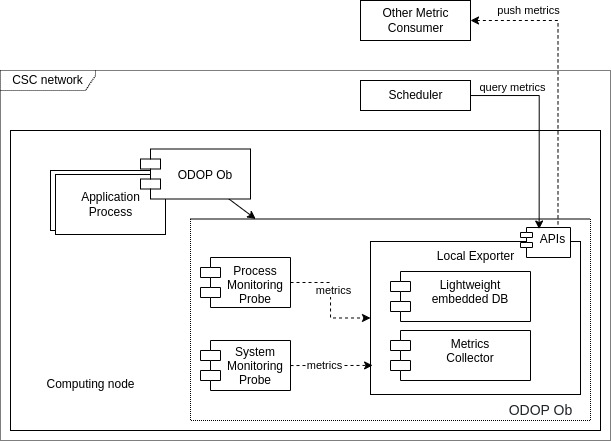
Earlier version of the draw.io export img/monitoring.png (rdsea/odop). Source tidied: cells renumbered, new cells last; positions are measured from the earlier drawing's top-left corner, leaving out a move shared by most shapes.
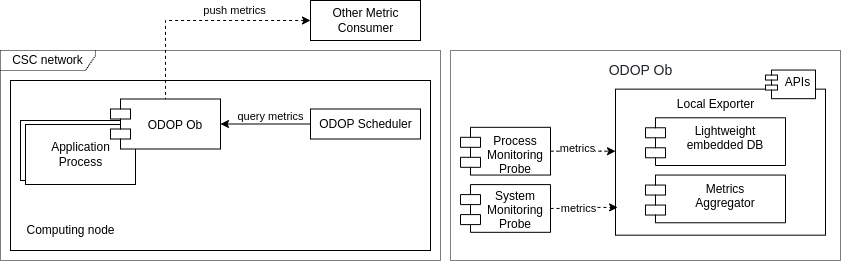
Above is the later version.

Commit message:
update monitoring figure

What changed in the source:
```diff
@@ -3,54 +3,38 @@
     <mxCell id="0" />
     <mxCell id="1" parent="0" />
     <mxCell id="2" value="CSC network" style="shape=umlFrame;whiteSpace=wrap;html=1;width=95;height=20;dashed=1;dashPattern=1 1;" parent="1" vertex="1">
-      <mxGeometry y="70" width="610" height="370" as="geometry" />
+      <mxGeometry x="50" y="110" width="440" height="210" as="geometry" />
     </mxCell>
     <mxCell id="3" style="rounded=0;whiteSpace=wrap;html=1;" parent="1" vertex="1">
-      <mxGeometry x="10" y="130" width="590" height="300" as="geometry" />
+      <mxGeometry x="60" y="140" width="420" height="170" as="geometry" />
     </mxCell>
-    <mxCell id="4" style="rounded=0;whiteSpace=wrap;html=1;dashed=1;dashPattern=1 1;fillColor=none;" parent="1" vertex="1">
-      <mxGeometry x="190" y="218.5" width="400" height="201.5" as="geometry" />
-    </mxCell>
-    <mxCell id="5" value="&lt;span style=&quot;color: rgb(31 , 35 , 40) ; font-family: , &amp;#34;system-ui&amp;#34; , &amp;#34;segoe ui&amp;#34; , &amp;#34;noto sans&amp;#34; , &amp;#34;helvetica&amp;#34; , &amp;#34;arial&amp;#34; , sans-serif , &amp;#34;apple color emoji&amp;#34; , &amp;#34;segoe ui emoji&amp;#34; ; font-size: 14px ; text-align: left ; background-color: rgb(255 , 255 , 255)&quot;&gt;ODOP Ob&lt;/span&gt;" style="text;html=1;align=center;verticalAlign=middle;strokeColor=none;fillColor=none;" parent="1" vertex="1">
-      <mxGeometry x="500" y="400" width="80" height="20" as="geometry" />
-    </mxCell>
     <mxCell id="6" value="&lt;span&gt;Computing node&lt;/span&gt;" style="text;html=1;align=center;verticalAlign=middle;strokeColor=none;fillColor=none;" parent="1" vertex="1">
-      <mxGeometry x="40" y="374" width="100" height="20" as="geometry" />
+      <mxGeometry x="70" y="280" width="100" height="20" as="geometry" />
     </mxCell>
-    <mxCell id="7" value="metrics" style="edgeStyle=orthogonalEdgeStyle;rounded=0;jettySize=auto;html=1;exitX=1;exitY=0.5;exitDx=0;exitDy=0;dashed=1;" parent="1" edge="1" source="8" target="10">
-      <mxGeometry x="-0.17" y="3" relative="1" as="geometry" />
-    </mxCell>
-    <mxCell id="8" value="Process&#10;Monitoring&#10;Probe" style="shape=module;align=left;spacingLeft=20;align=center;verticalAlign=top;" parent="1" vertex="1">
-      <mxGeometry x="200" y="257" width="90" height="50" as="geometry" />
-    </mxCell>
+    <mxCell id="28" style="edgeStyle=orthogonalEdgeStyle;rounded=0;jettySize=auto;html=1;entryX=1;entryY=0.5;entryDx=0;entryDy=0;" parent="1" edge="1" source="9" target="21">
+      <mxGeometry relative="1" as="geometry" />
+    </mxCell>
+    <mxCell id="23" value="query metrics" style="edgeLabel;html=1;align=center;verticalAlign=middle;" parent="28" vertex="1">
+      <mxGeometry x="0.1" relative="1" as="geometry">
+        <mxPoint x="9" y="-8" as="offset" />
+      </mxGeometry>
+    </mxCell>
-    <mxCell id="9" value="Scheduler" style="html=1;" parent="1" vertex="1">
-      <mxGeometry x="360" y="80" width="110" height="30" as="geometry" />
+    <mxCell id="9" value="ODOP Scheduler" style="html=1;" parent="1" vertex="1">
+      <mxGeometry x="360" y="168.5" width="110" height="30" as="geometry" />
     </mxCell>
-    <mxCell id="10" style="html=1;" parent="1" vertex="1">
-      <mxGeometry x="370" y="241" width="210" height="153" as="geometry" />
-    </mxCell>
-    <mxCell id="11" value="APIs" style="shape=module;align=left;spacingLeft=15;align=center;verticalAlign=top;jettyWidth=12;jettyHeight=5;spacing=0;" parent="1" vertex="1">
-      <mxGeometry x="520" y="227" width="50" height="30" as="geometry" />
-    </mxCell>
-    <mxCell id="12" style="edgeStyle=orthogonalEdgeStyle;rounded=0;jettySize=auto;html=1;entryX=0.75;entryY=0;entryDx=0;entryDy=0;startArrow=classic;startFill=1;dashed=1;endArrow=none;endFill=0;" parent="1" edge="1" source="14" target="11">
-      <mxGeometry relative="1" as="geometry" />
-    </mxCell>
+    <mxCell id="29" style="edgeStyle=orthogonalEdgeStyle;rounded=0;jettySize=auto;html=1;startArrow=classic;startFill=1;endArrow=none;endFill=0;dashed=1;" parent="1" edge="1" source="14" target="21">
+      <mxGeometry relative="1" as="geometry" />
+    </mxCell>
-    <mxCell id="13" value="push metrics" style="edgeLabel;html=1;align=center;verticalAlign=middle;" parent="12" vertex="1">
-      <mxGeometry x="-0.61" y="1" relative="1" as="geometry">
-        <mxPoint y="-9" as="offset" />
+    <mxCell id="13" value="push metrics" style="edgeLabel;html=1;align=center;verticalAlign=middle;" parent="29" vertex="1">
+      <mxGeometry x="-0.19" y="-1" relative="1" as="geometry">
+        <mxPoint x="14" y="-9" as="offset" />
       </mxGeometry>
     </mxCell>
     <mxCell id="14" value="Other Metric &lt;br&gt;Consumer" style="html=1;" parent="1" vertex="1">
-      <mxGeometry x="360" width="110" height="40" as="geometry" />
+      <mxGeometry x="360" y="60" width="110" height="40" as="geometry" />
     </mxCell>
-    <mxCell id="15" value="Local Exporter&lt;br style=&quot;border-color: var(--border-color);&quot;&gt;" style="text;html=1;align=center;verticalAlign=middle;strokeColor=none;fillColor=none;" parent="1" vertex="1">
-      <mxGeometry x="425" y="241" width="100" height="30" as="geometry" />
-    </mxCell>
-    <mxCell id="16" value="Lightweight embedded DB" style="shape=module;align=left;spacingLeft=20;align=center;verticalAlign=top;whiteSpace=wrap;html=1;" parent="1" vertex="1">
-      <mxGeometry x="390" y="271" width="140" height="50" as="geometry" />
-    </mxCell>
     <mxCell id="17" style="group;" parent="1" vertex="1">
-      <mxGeometry x="50" y="170" width="115" height="64" as="geometry" />
+      <mxGeometry x="70" y="180" width="115" height="64" as="geometry" />
     </mxCell>
     <mxCell id="18" value="Application&lt;br&gt;Process" style="html=1;" parent="17" vertex="1">
       <mxGeometry width="110" height="60" as="geometry" />
@@ -58,24 +42,45 @@
     <mxCell id="19" value="Application&lt;br&gt;Process" style="html=1;" parent="17" vertex="1">
       <mxGeometry x="5" y="4" width="110" height="60" as="geometry" />
     </mxCell>
-    <mxCell id="20" style="rounded=0;jettySize=auto;html=1;" parent="1" edge="1" source="21" target="4">
-      <mxGeometry relative="1" as="geometry" />
-    </mxCell>
     <mxCell id="21" value="ODOP Ob" style="shape=module;align=left;spacingLeft=20;align=center;verticalAlign=top;whiteSpace=wrap;html=1;spacingBottom=4;spacingTop=12;" parent="1" vertex="1">
-      <mxGeometry x="140" y="148.5" width="110" height="50" as="geometry" />
+      <mxGeometry x="160" y="158.5" width="110" height="50" as="geometry" />
     </mxCell>
-    <mxCell id="22" style="edgeStyle=orthogonalEdgeStyle;rounded=0;jettySize=auto;html=1;entryX=0.373;entryY=0.051;entryDx=0;entryDy=0;entryPerimeter=0;" parent="1" edge="1" source="9" target="11">
-      <mxGeometry relative="1" as="geometry" />
-    </mxCell>
-    <mxCell id="23" value="query metrics" style="edgeLabel;html=1;align=center;verticalAlign=middle;" parent="22" vertex="1">
-      <mxGeometry x="-0.56" y="-6" relative="1" as="geometry">
-        <mxPoint x="-3" y="-14" as="offset" />
-      </mxGeometry>
-    </mxCell>
+    <mxCell id="30" style="group;" parent="1" vertex="1">
+      <mxGeometry x="500" y="120" width="400" height="210" as="geometry" />
+    </mxCell>
+    <mxCell id="4" style="rounded=0;whiteSpace=wrap;html=1;dashed=1;dashPattern=1 1;fillColor=none;" parent="30" vertex="1">
+      <mxGeometry y="-10" width="390" height="210" as="geometry" />
+    </mxCell>
+    <mxCell id="5" value="&lt;span style=&quot;color: rgb(31 , 35 , 40) ; font-family: , &amp;#34;system-ui&amp;#34; , &amp;#34;segoe ui&amp;#34; , &amp;#34;noto sans&amp;#34; , &amp;#34;helvetica&amp;#34; , &amp;#34;arial&amp;#34; , sans-serif , &amp;#34;apple color emoji&amp;#34; , &amp;#34;segoe ui emoji&amp;#34; ; font-size: 14px ; text-align: left ; background-color: rgb(255 , 255 , 255)&quot;&gt;ODOP Ob&lt;/span&gt;" style="text;html=1;align=center;verticalAlign=middle;strokeColor=none;fillColor=none;" parent="30" vertex="1">
+      <mxGeometry x="150" width="80" height="20" as="geometry" />
+    </mxCell>
+    <mxCell id="8" value="Process&#10;Monitoring&#10;Probe" style="shape=module;align=left;spacingLeft=20;align=center;verticalAlign=top;" parent="30" vertex="1">
+      <mxGeometry x="10" y="66.8" width="90" height="47.7" as="geometry" />
+    </mxCell>
+    <mxCell id="10" style="html=1;" parent="30" vertex="1">
+      <mxGeometry x="165" y="28.6" width="210" height="146" as="geometry" />
+    </mxCell>
+    <mxCell id="7" value="metrics" style="edgeStyle=orthogonalEdgeStyle;rounded=0;jettySize=auto;html=1;exitX=1;exitY=0.5;exitDx=0;exitDy=0;dashed=1;" parent="30" edge="1" source="8" target="10">
+      <mxGeometry x="-0.17" y="3" relative="1" as="geometry">
+        <Array as="points">
+          <mxPoint x="150" y="90.7" />
+          <mxPoint x="150" y="90.7" />
+        </Array>
+      </mxGeometry>
+    </mxCell>
+    <mxCell id="11" value="APIs" style="shape=module;align=left;spacingLeft=15;align=center;verticalAlign=top;jettyWidth=12;jettyHeight=5;spacing=0;" parent="30" vertex="1">
+      <mxGeometry x="315" y="9.5" width="50" height="28.6" as="geometry" />
+    </mxCell>
+    <mxCell id="15" value="Local Exporter&lt;br style=&quot;border-color: var(--border-color);&quot;&gt;" style="text;html=1;align=center;verticalAlign=middle;strokeColor=none;fillColor=none;" parent="30" vertex="1">
+      <mxGeometry x="215" y="28.6" width="100" height="30" as="geometry" />
+    </mxCell>
+    <mxCell id="16" value="Lightweight embedded DB" style="shape=module;align=left;spacingLeft=20;align=center;verticalAlign=top;whiteSpace=wrap;html=1;" parent="30" vertex="1">
+      <mxGeometry x="195" y="57.3" width="140" height="47.7" as="geometry" />
+    </mxCell>
-    <mxCell id="24" value="System&#10;Monitoring&#10;Probe" style="shape=module;align=left;spacingLeft=20;align=center;verticalAlign=top;spacingTop=-2;" parent="1" vertex="1">
-      <mxGeometry x="200" y="340" width="90" height="50" as="geometry" />
+    <mxCell id="24" value="System&#10;Monitoring&#10;Probe" style="shape=module;align=left;spacingLeft=20;align=center;verticalAlign=top;spacingTop=-2;" parent="30" vertex="1">
+      <mxGeometry x="10" y="124.1" width="90" height="47.7" as="geometry" />
     </mxCell>
-    <mxCell id="25" style="edgeStyle=orthogonalEdgeStyle;rounded=0;jettySize=auto;html=1;entryX=0.01;entryY=0.81;entryDx=0;entryDy=0;entryPerimeter=0;dashed=1;" parent="1" edge="1" source="24" target="10">
+    <mxCell id="25" style="edgeStyle=orthogonalEdgeStyle;rounded=0;jettySize=auto;html=1;entryX=0.01;entryY=0.81;entryDx=0;entryDy=0;entryPerimeter=0;dashed=1;" parent="30" edge="1" source="24" target="10">
       <mxGeometry relative="1" as="geometry" />
     </mxCell>
     <mxCell id="26" value="metrics" style="edgeLabel;html=1;align=center;verticalAlign=middle;" parent="25" vertex="1">
@@ -83,8 +88,8 @@
         <mxPoint x="-1" as="offset" />
       </mxGeometry>
     </mxCell>
-    <mxCell id="27" value="Metrics&lt;br&gt;Collector" style="shape=module;align=left;spacingLeft=20;align=center;verticalAlign=top;whiteSpace=wrap;html=1;" parent="1" vertex="1">
-      <mxGeometry x="390" y="330" width="140" height="50" as="geometry" />
+    <mxCell id="27" value="Metrics&lt;br&gt;Aggregator" style="shape=module;align=left;spacingLeft=20;align=center;verticalAlign=top;whiteSpace=wrap;html=1;" parent="30" vertex="1">
+      <mxGeometry x="195" y="114.5" width="140" height="47.7" as="geometry" />
     </mxCell>
   </root>
 </mxGraphModel>
```
